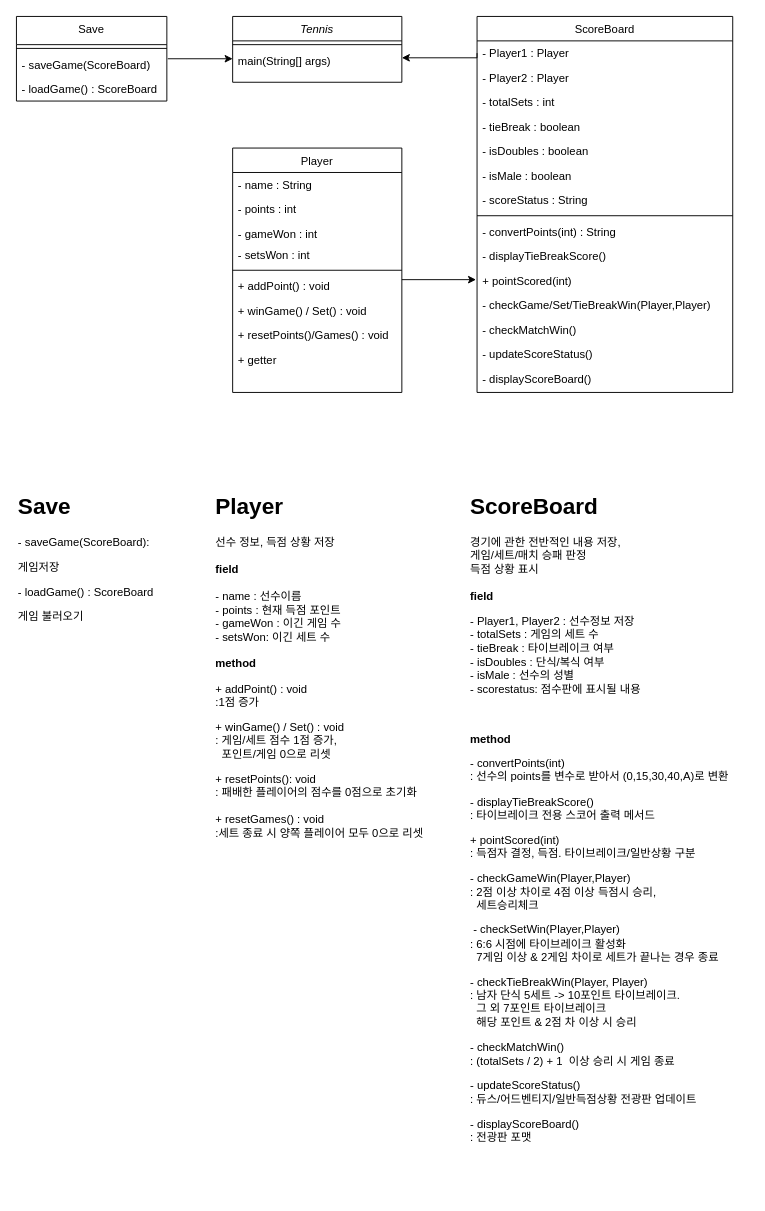
Before: tennisScorer클래스다이어그램(최종).drawio in msgggg1/TennisScorer, a draw.io diagram. Source tidied: cells renumbered, new cells numbered last; positions are measured from the earlier drawing's top-left corner, leaving out a move shared by most shapes. Both pictures are drawn from the tidied source at 94%, with x=0, y=0 at pixel (16, 16).
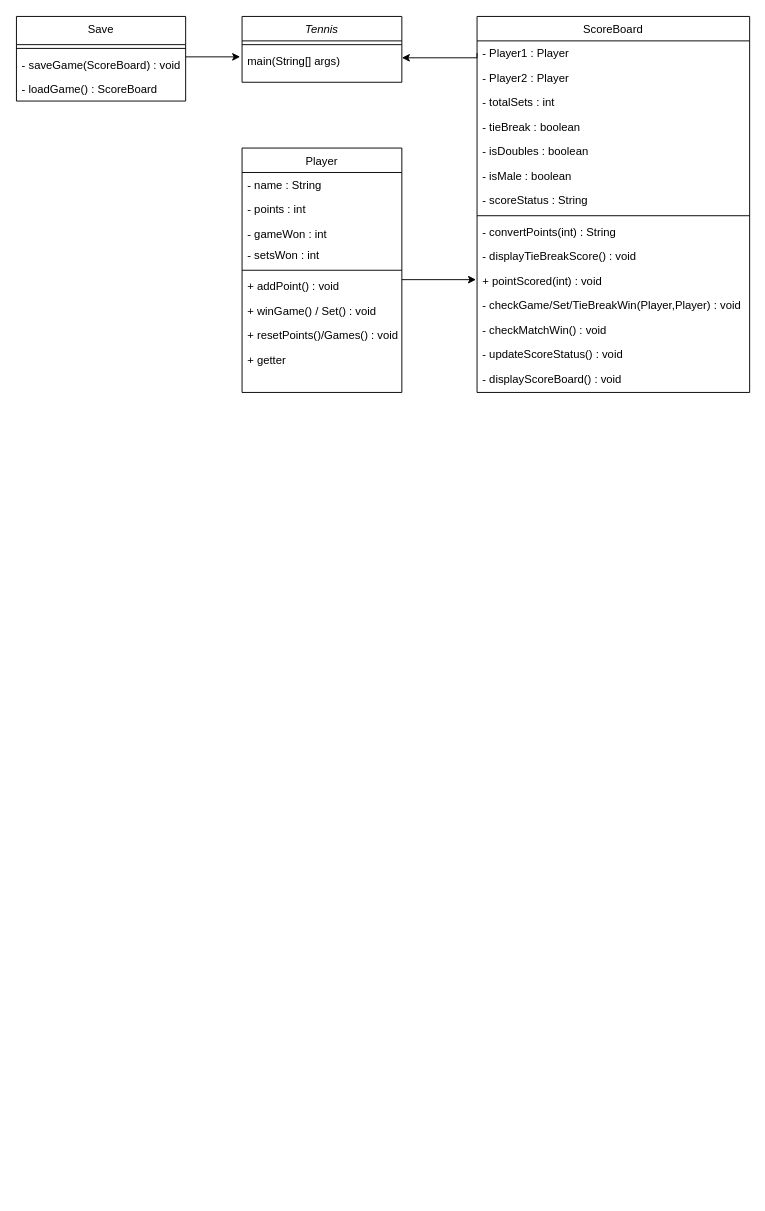
After the change.

Commit message:
tennisScorer클래스다이어그램_2.drawio 업데이트

What changed in the source:
```diff
@@
     <mxCell id="2" value="Tennis" style="swimlane;fontStyle=2;align=center;verticalAlign=top;horizontal=1;startSize=26;rounded=0;shadow=0;strokeWidth=1;" parent="1" vertex="1">
-      <mxGeometry x="230" width="180" height="70" as="geometry" />
+      <mxGeometry x="240" width="170" height="70" as="geometry" />
     </mxCell>
     <mxCell id="3" style="line;html=1;strokeWidth=1;align=left;verticalAlign=middle;spacingTop=-1;spacingLeft=3;spacingRight=3;labelPosition=right;" parent="2" vertex="1">
-      <mxGeometry y="26" width="180" height="8" as="geometry" />
+      <mxGeometry y="26" width="170" height="8" as="geometry" />
     </mxCell>
     <mxCell id="4" value="main(String[] args)" style="text;align=left;verticalAlign=top;spacingLeft=4;spacingRight=4;overflow=hidden;points=[[0,0.5],[1,0.5]];portConstraint=eastwest;" parent="2" vertex="1">
-      <mxGeometry y="34" width="180" height="20" as="geometry" />
+      <mxGeometry y="34" width="170" height="20" as="geometry" />
     </mxCell>
     <mxCell id="5" value="Player" style="swimlane;fontStyle=0;align=center;verticalAlign=top;horizontal=1;startSize=26;rounded=0;shadow=0;strokeWidth=1;" parent="1" vertex="1">
-      <mxGeometry x="230" y="140" width="180" height="260" as="geometry" />
+      <mxGeometry x="240" y="140" width="170" height="260" as="geometry" />
     </mxCell>
     <mxCell id="6" value="- name : String" style="text;align=left;verticalAlign=top;spacingLeft=4;spacingRight=4;overflow=hidden;" parent="5" vertex="1">
-      <mxGeometry y="26" width="180" height="26" as="geometry" />
+      <mxGeometry y="26" width="170" height="26" as="geometry" />
     </mxCell>
     <mxCell id="7" value="- points : int" style="text;align=left;verticalAlign=top;spacingLeft=4;spacingRight=4;overflow=hidden;rounded=0;shadow=0;html=0;" parent="5" vertex="1">
-      <mxGeometry y="52" width="180" height="26" as="geometry" />
+      <mxGeometry y="52" width="170" height="26" as="geometry" />
     </mxCell>
     <mxCell id="8" value="- gameWon : int" style="text;align=left;verticalAlign=top;spacingLeft=4;spacingRight=4;overflow=hidden;rounded=0;shadow=0;html=0;" parent="5" vertex="1">
-      <mxGeometry y="78" width="180" height="22" as="geometry" />
+      <mxGeometry y="78" width="170" height="22" as="geometry" />
     </mxCell>
     <mxCell id="9" value="- setsWon : int" style="text;align=left;verticalAlign=top;spacingLeft=4;spacingRight=4;overflow=hidden;rounded=0;shadow=0;html=0;" parent="5" vertex="1">
-      <mxGeometry y="100" width="180" height="26" as="geometry" />
+      <mxGeometry y="100" width="170" height="26" as="geometry" />
     </mxCell>
     <mxCell id="10" style="line;html=1;strokeWidth=1;align=left;verticalAlign=middle;spacingTop=-1;spacingLeft=3;spacingRight=3;labelPosition=right;" parent="5" vertex="1">
-      <mxGeometry y="126" width="180" height="8" as="geometry" />
+      <mxGeometry y="126" width="170" height="8" as="geometry" />
     </mxCell>
     <mxCell id="11" value="+ addPoint() : void&#10;" style="text;align=left;verticalAlign=top;spacingLeft=4;spacingRight=4;overflow=hidden;" parent="5" vertex="1">
-      <mxGeometry y="134" width="180" height="26" as="geometry" />
+      <mxGeometry y="134" width="170" height="26" as="geometry" />
     </mxCell>
     <mxCell id="12" value="+ winGame() / Set() : void&#10;" style="text;align=left;verticalAlign=top;spacingLeft=4;spacingRight=4;overflow=hidden;rounded=0;shadow=0;html=0;" parent="5" vertex="1">
-      <mxGeometry y="160" width="180" height="26" as="geometry" />
+      <mxGeometry y="160" width="170" height="26" as="geometry" />
     </mxCell>
     <mxCell id="13" value="+ resetPoints()/Games() : void" style="text;align=left;verticalAlign=top;spacingLeft=4;spacingRight=4;overflow=hidden;rounded=0;shadow=0;html=0;" parent="5" vertex="1">
-      <mxGeometry y="186" width="180" height="26" as="geometry" />
+      <mxGeometry y="186" width="170" height="26" as="geometry" />
     </mxCell>
     <mxCell id="14" value="+ getter" style="text;align=left;verticalAlign=top;spacingLeft=4;spacingRight=4;overflow=hidden;rounded=0;shadow=0;html=0;" parent="5" vertex="1">
-      <mxGeometry y="212" width="180" height="26" as="geometry" />
+      <mxGeometry y="212" width="170" height="26" as="geometry" />
     </mxCell>
     <mxCell id="15" value="Save" style="swimlane;fontStyle=0;align=center;verticalAlign=top;horizontal=1;startSize=30;rounded=0;shadow=0;strokeWidth=1;" parent="1" vertex="1">
-      <mxGeometry width="160" height="90" as="geometry" />
+      <mxGeometry width="180" height="90" as="geometry" />
     </mxCell>
     <mxCell id="16" style="line;html=1;strokeWidth=1;align=left;verticalAlign=middle;spacingTop=-1;spacingLeft=3;spacingRight=3;labelPosition=right;" parent="15" vertex="1">
-      <mxGeometry y="30" width="160" height="8" as="geometry" />
+      <mxGeometry y="30" width="180" height="8" as="geometry" />
     </mxCell>
-    <mxCell id="17" value="- saveGame(ScoreBoard)" style="text;align=left;verticalAlign=top;spacingLeft=4;spacingRight=4;overflow=hidden;" parent="15" vertex="1">
-      <mxGeometry y="38" width="160" height="26" as="geometry" />
+    <mxCell id="17" value="- saveGame(ScoreBoard) : void" style="text;align=left;verticalAlign=top;spacingLeft=4;spacingRight=4;overflow=hidden;" parent="15" vertex="1">
+      <mxGeometry y="38" width="180" height="26" as="geometry" />
     </mxCell>
     <mxCell id="18" value="- loadGame() : ScoreBoard" style="text;align=left;verticalAlign=top;spacingLeft=4;spacingRight=4;overflow=hidden;" parent="15" vertex="1">
-      <mxGeometry y="64" width="160" height="26" as="geometry" />
+      <mxGeometry y="64" width="180" height="26" as="geometry" />
     </mxCell>
     <mxCell id="19" value="ScoreBoard" style="swimlane;fontStyle=0;align=center;verticalAlign=top;horizontal=1;startSize=26;rounded=0;shadow=0;strokeWidth=1;" parent="1" vertex="1">
-      <mxGeometry x="490" width="272" height="400" as="geometry" />
+      <mxGeometry x="490" width="290" height="400" as="geometry" />
     </mxCell>
     <mxCell id="20" value="- Player1 : Player" style="text;align=left;verticalAlign=top;spacingLeft=4;spacingRight=4;overflow=hidden;points=[[0,0.5],[1,0.5]];portConstraint=eastwest;" parent="19" vertex="1">
-      <mxGeometry y="26" width="272" height="26" as="geometry" />
+      <mxGeometry y="26" width="290" height="26" as="geometry" />
     </mxCell>
     <mxCell id="21" value="- Player2 : Player" style="text;align=left;verticalAlign=top;spacingLeft=4;spacingRight=4;overflow=hidden;" parent="19" vertex="1">
-      <mxGeometry y="52" width="272" height="26" as="geometry" />
+      <mxGeometry y="52" width="290" height="26" as="geometry" />
     </mxCell>
     <mxCell id="22" value="- totalSets : int&#10;" style="text;align=left;verticalAlign=top;spacingLeft=4;spacingRight=4;overflow=hidden;" parent="19" vertex="1">
-      <mxGeometry y="78" width="272" height="26" as="geometry" />
+      <mxGeometry y="78" width="290" height="26" as="geometry" />
     </mxCell>
     <mxCell id="23" value="- tieBreak : boolean" style="text;align=left;verticalAlign=top;spacingLeft=4;spacingRight=4;overflow=hidden;rounded=0;shadow=0;html=0;" parent="19" vertex="1">
-      <mxGeometry y="104" width="272" height="26" as="geometry" />
+      <mxGeometry y="104" width="290" height="26" as="geometry" />
     </mxCell>
     <mxCell id="24" value="- isDoubles : boolean" style="text;align=left;verticalAlign=top;spacingLeft=4;spacingRight=4;overflow=hidden;" parent="19" vertex="1">
-      <mxGeometry y="130" width="272" height="26" as="geometry" />
+      <mxGeometry y="130" width="290" height="26" as="geometry" />
     </mxCell>
     <mxCell id="25" value="- isMale : boolean" style="text;align=left;verticalAlign=top;spacingLeft=4;spacingRight=4;overflow=hidden;" parent="19" vertex="1">
-      <mxGeometry y="156" width="272" height="26" as="geometry" />
+      <mxGeometry y="156" width="290" height="26" as="geometry" />
     </mxCell>
     <mxCell id="26" value="- scoreStatus : String" style="text;align=left;verticalAlign=top;spacingLeft=4;spacingRight=4;overflow=hidden;" parent="19" vertex="1">
-      <mxGeometry y="182" width="272" height="26" as="geometry" />
+      <mxGeometry y="182" width="290" height="26" as="geometry" />
     </mxCell>
     <mxCell id="27" style="line;html=1;strokeWidth=1;align=left;verticalAlign=middle;spacingTop=-1;spacingLeft=3;spacingRight=3;labelPosition=right;" parent="19" vertex="1">
-      <mxGeometry y="208" width="272" height="8" as="geometry" />
+      <mxGeometry y="208" width="290" height="8" as="geometry" />
     </mxCell>
     <mxCell id="28" value="- convertPoints(int) : String" style="text;align=left;verticalAlign=top;spacingLeft=4;spacingRight=4;overflow=hidden;" parent="19" vertex="1">
-      <mxGeometry y="216" width="272" height="26" as="geometry" />
+      <mxGeometry y="216" width="290" height="26" as="geometry" />
     </mxCell>
-    <mxCell id="29" value="- displayTieBreakScore()" style="text;align=left;verticalAlign=top;spacingLeft=4;spacingRight=4;overflow=hidden;" parent="19" vertex="1">
-      <mxGeometry y="242" width="272" height="26" as="geometry" />
+    <mxCell id="29" value="- displayTieBreakScore() : void" style="text;align=left;verticalAlign=top;spacingLeft=4;spacingRight=4;overflow=hidden;" parent="19" vertex="1">
+      <mxGeometry y="242" width="290" height="26" as="geometry" />
     </mxCell>
-    <mxCell id="30" value="+ pointScored(int)" style="text;align=left;verticalAlign=top;spacingLeft=4;spacingRight=4;overflow=hidden;" parent="19" vertex="1">
-      <mxGeometry y="268" width="272" height="26" as="geometry" />
+    <mxCell id="30" value="+ pointScored(int) : void" style="text;align=left;verticalAlign=top;spacingLeft=4;spacingRight=4;overflow=hidden;" parent="19" vertex="1">
+      <mxGeometry y="268" width="290" height="26" as="geometry" />
     </mxCell>
-    <mxCell id="31" value="- checkGame/Set/TieBreakWin(Player,Player)" style="text;align=left;verticalAlign=top;spacingLeft=4;spacingRight=4;overflow=hidden;" parent="19" vertex="1">
-      <mxGeometry y="294" width="272" height="26" as="geometry" />
+    <mxCell id="31" value="- checkGame/Set/TieBreakWin(Player,Player) : void" style="text;align=left;verticalAlign=top;spacingLeft=4;spacingRight=4;overflow=hidden;" parent="19" vertex="1">
+      <mxGeometry y="294" width="290" height="26" as="geometry" />
     </mxCell>
-    <mxCell id="32" value="- checkMatchWin()" style="text;align=left;verticalAlign=top;spacingLeft=4;spacingRight=4;overflow=hidden;" parent="19" vertex="1">
-      <mxGeometry y="320" width="272" height="26" as="geometry" />
+    <mxCell id="32" value="- checkMatchWin() : void" style="text;align=left;verticalAlign=top;spacingLeft=4;spacingRight=4;overflow=hidden;" parent="19" vertex="1">
+      <mxGeometry y="320" width="290" height="26" as="geometry" />
     </mxCell>
-    <mxCell id="33" value="- updateScoreStatus()" style="text;align=left;verticalAlign=top;spacingLeft=4;spacingRight=4;overflow=hidden;" parent="19" vertex="1">
-      <mxGeometry y="346" width="272" height="26" as="geometry" />
+    <mxCell id="33" value="- updateScoreStatus() : void" style="text;align=left;verticalAlign=top;spacingLeft=4;spacingRight=4;overflow=hidden;" parent="19" vertex="1">
+      <mxGeometry y="346" width="290" height="26" as="geometry" />
     </mxCell>
-    <mxCell id="34" value="- displayScoreBoard()" style="text;align=left;verticalAlign=top;spacingLeft=4;spacingRight=4;overflow=hidden;" parent="19" vertex="1">
-      <mxGeometry y="372" width="272" height="26" as="geometry" />
+    <mxCell id="34" value="- displayScoreBoard() : void" style="text;align=left;verticalAlign=top;spacingLeft=4;spacingRight=4;overflow=hidden;" parent="19" vertex="1">
+      <mxGeometry y="372" width="290" height="26" as="geometry" />
     </mxCell>
@@
-    <mxCell id="36" style="edgeStyle=orthogonalEdgeStyle;rounded=0;orthogonalLoop=1;jettySize=auto;html=1;exitX=1;exitY=0.5;exitDx=0;exitDy=0;" parent="1" edge="1">
-      <mxGeometry relative="1" as="geometry">
-        <mxPoint x="161" y="45" as="sourcePoint" />
-        <mxPoint x="230" y="45" as="targetPoint" />
-      </mxGeometry>
-    </mxCell>
@@
-    <mxCell id="38" value="&lt;h1 style=&quot;margin-top: 0px;&quot;&gt;Save&lt;/h1&gt;&lt;p&gt;&lt;span style=&quot;text-wrap-mode: nowrap;&quot;&gt;- saveGame(ScoreBoard):&lt;/span&gt;&lt;/p&gt;&lt;p&gt;&lt;span style=&quot;text-wrap-mode: nowrap;&quot;&gt;게임저장&lt;/span&gt;&lt;/p&gt;&lt;p&gt;&lt;span style=&quot;text-wrap-mode: nowrap;&quot;&gt;- loadGame() : ScoreBoard&lt;/span&gt;&lt;span style=&quot;text-wrap-mode: nowrap;&quot;&gt;&lt;/span&gt;&lt;/p&gt;&lt;p&gt;&lt;span style=&quot;text-wrap-mode: nowrap;&quot;&gt;게임 불러오기&lt;/span&gt;&lt;/p&gt;" style="text;html=1;whiteSpace=wrap;overflow=hidden;rounded=0;" parent="1" vertex="1">
-      <mxGeometry y="501" width="180" height="150" as="geometry" />
-    </mxCell>
-    <mxCell id="39" value="&lt;h1 style=&quot;margin-top: 0px;&quot;&gt;Player&lt;/h1&gt;&lt;div&gt;선수 정보, 득점 상황 저장&lt;/div&gt;&lt;div&gt;&lt;br&gt;&lt;/div&gt;&lt;div&gt;&lt;b&gt;field&lt;/b&gt;&lt;/div&gt;&lt;div&gt;&lt;b&gt;&lt;br&gt;&lt;/b&gt;&lt;/div&gt;&lt;div&gt;- name : 선수이름&lt;/div&gt;&lt;div&gt;- points : 현재 득점 포인트&amp;nbsp;&lt;/div&gt;&lt;div&gt;- gameWon : 이긴 게임 수&amp;nbsp;&lt;/div&gt;&lt;div&gt;- setsWon: 이긴 세트 수&amp;nbsp;&lt;/div&gt;&lt;div&gt;&lt;br&gt;&lt;/div&gt;&lt;div&gt;&lt;b&gt;method&lt;/b&gt;&lt;/div&gt;&lt;p&gt;+ addPoint() : void&lt;br&gt;&lt;span style=&quot;background-color: transparent; color: light-dark(rgb(0, 0, 0), rgb(255, 255, 255));&quot;&gt;:1점 증가&lt;/span&gt;&lt;/p&gt;&lt;p&gt;+ winGame() / Set() : void&lt;br&gt;&lt;span style=&quot;background-color: transparent; color: light-dark(rgb(0, 0, 0), rgb(255, 255, 255));&quot;&gt;: 게임/세트 점수 1점 증가,&amp;nbsp;&lt;br&gt;&lt;/span&gt;&lt;span style=&quot;background-color: transparent; color: light-dark(rgb(0, 0, 0), rgb(255, 255, 255));&quot;&gt;&amp;nbsp; 포인트/게임 0으로 리셋&lt;/span&gt;&lt;/p&gt;&lt;div style=&quot;padding: 0px; margin: 0px;&quot;&gt;&lt;span style=&quot;text-wrap-mode: nowrap; background-color: transparent; color: light-dark(rgb(0, 0, 0), rgb(255, 255, 255));&quot;&gt;+ resetPoints(): void&lt;/span&gt;&lt;/div&gt;&lt;div style=&quot;padding: 0px; margin: 0px;&quot;&gt;&lt;span style=&quot;text-wrap-mode: nowrap;&quot;&gt;: 패배한 플레이어의 점수를 0점으로 초기화&lt;/span&gt;&lt;/div&gt;&lt;div style=&quot;padding: 0px; margin: 0px;&quot;&gt;&lt;span style=&quot;text-wrap-mode: nowrap;&quot;&gt;&lt;br&gt;&lt;/span&gt;&lt;/div&gt;&lt;div style=&quot;padding: 0px; margin: 0px;&quot;&gt;&lt;span style=&quot;text-wrap-mode: nowrap;&quot;&gt;+ resetGames() : void&lt;/span&gt;&lt;/div&gt;&lt;div style=&quot;padding: 0px; margin: 0px;&quot;&gt;&lt;span style=&quot;text-wrap-mode: nowrap;&quot;&gt;:세트 종료 시 양쪽 플레이어 모두 0으로 리셋&lt;br&gt;&lt;br&gt;&lt;/span&gt;&lt;/div&gt;&lt;div style=&quot;padding: 0px; margin: 0px;&quot;&gt;&lt;br&gt;&lt;/div&gt;&lt;div style=&quot;padding: 0px; margin: 0px;&quot;&gt;&lt;br style=&quot;padding: 0px; margin: 0px; text-wrap-mode: nowrap;&quot;&gt;&lt;/div&gt;" style="text;html=1;whiteSpace=wrap;overflow=hidden;rounded=0;" parent="1" vertex="1">
-      <mxGeometry x="210" y="501" width="240" height="399" as="geometry" />
-    </mxCell>
-    <mxCell id="40" value="&lt;h1 style=&quot;margin-top: 0px;&quot;&gt;ScoreBoard&lt;/h1&gt;&lt;div&gt;경기에 관한 전반적인 내용 저장,&lt;/div&gt;&lt;div&gt;게임/세트/매치 승패 판정&lt;/div&gt;&lt;div&gt;득점 상황 표시&lt;/div&gt;&lt;div&gt;&lt;br&gt;&lt;/div&gt;&lt;div&gt;&lt;b&gt;field&lt;/b&gt;&lt;/div&gt;&lt;p&gt;- Player1, Player2 : 선수정보 저장&lt;br&gt;- totalSets : 게임의 세트 수&lt;br&gt;- tieBreak : 타이브레이크 여부&lt;br&gt;- isDoubles : 단식/복식 여부&lt;br&gt;- isMale : 선수의 성별&lt;br&gt;- scorestatus: 점수판에 표시될 내용&lt;/p&gt;&lt;p&gt;&lt;br&gt;&lt;/p&gt;&lt;p&gt;&lt;b&gt;method&lt;/b&gt;&lt;/p&gt;&lt;p&gt;- convertPoints(int)&lt;br&gt;&lt;span style=&quot;background-color: transparent; color: light-dark(rgb(0, 0, 0), rgb(255, 255, 255));&quot;&gt;: 선수의 points를 변수로 받아서 (0,15,30,40,A)로 변환&lt;/span&gt;&lt;/p&gt;&lt;p&gt;-&amp;nbsp;&lt;span style=&quot;text-wrap-mode: nowrap; background-color: transparent; color: light-dark(rgb(0, 0, 0), rgb(255, 255, 255));&quot;&gt;displayTieBreakScore()&lt;br&gt;&lt;/span&gt;&lt;span style=&quot;background-color: transparent; color: light-dark(rgb(0, 0, 0), rgb(255, 255, 255)); text-wrap-mode: nowrap;&quot;&gt;:&amp;nbsp;&lt;/span&gt;&lt;span style=&quot;background-color: transparent; color: light-dark(rgb(0, 0, 0), rgb(255, 255, 255)); text-wrap-mode: nowrap;&quot;&gt;타이브레이크 전용 스코어 출력 메서드&lt;/span&gt;&lt;/p&gt;&lt;p&gt;&lt;span style=&quot;text-wrap-mode: nowrap;&quot;&gt;+ pointScored(int)&amp;nbsp;&lt;br&gt;&lt;/span&gt;&lt;span style=&quot;text-wrap-mode: nowrap; background-color: transparent; color: light-dark(rgb(0, 0, 0), rgb(255, 255, 255));&quot;&gt;: 득점자 결정, 득점. 타이브레이크/일반상황 구분&lt;/span&gt;&lt;/p&gt;&lt;p&gt;&lt;span style=&quot;text-wrap-mode: nowrap;&quot;&gt;- checkGameWin(Player,Player)&lt;br&gt;&lt;/span&gt;&lt;span style=&quot;text-wrap-mode: nowrap; background-color: transparent; color: light-dark(rgb(0, 0, 0), rgb(255, 255, 255));&quot;&gt;: 2점 이상 차이로 4점 이상 득점시 승리,&amp;nbsp;&lt;br&gt;&lt;/span&gt;&lt;span style=&quot;background-color: transparent; color: light-dark(rgb(0, 0, 0), rgb(255, 255, 255)); text-wrap-mode: nowrap;&quot;&gt;&amp;nbsp; 세트승리체크&lt;/span&gt;&lt;/p&gt;&lt;p&gt;&lt;span style=&quot;text-wrap-mode: nowrap;&quot;&gt;&amp;nbsp;- checkSetWin&lt;/span&gt;&lt;span style=&quot;text-wrap-mode: nowrap; background-color: transparent; color: light-dark(rgb(0, 0, 0), rgb(255, 255, 255));&quot;&gt;(Player,Player)&lt;br&gt;:&amp;nbsp;&lt;/span&gt;&lt;span style=&quot;background-color: transparent;&quot;&gt;&lt;span style=&quot;text-wrap-mode: nowrap;&quot;&gt;6:6 시점에 타이브레이크 활성화&lt;/span&gt;&lt;br&gt;&lt;span style=&quot;text-wrap-mode: nowrap;&quot;&gt;&amp;nbsp; 7게임 이상 &amp;amp; 2게임 차이로 세트가 끝나는 경우 종료&lt;/span&gt;&lt;/span&gt;&lt;/p&gt;&lt;p&gt;&lt;span style=&quot;background-color: transparent; color: light-dark(rgb(0, 0, 0), rgb(255, 255, 255)); text-wrap-mode: nowrap;&quot;&gt;-&amp;nbsp;&lt;/span&gt;&lt;span style=&quot;background-color: transparent; text-wrap-mode: nowrap;&quot;&gt;checkTieBreakWin(Player, Player)&lt;br&gt;&lt;/span&gt;&lt;span style=&quot;background-color: transparent; color: light-dark(rgb(0, 0, 0), rgb(255, 255, 255)); text-wrap-mode: nowrap;&quot;&gt;: 남자 단식 5세트 -&amp;gt; 10포인트 타이브레이크. &lt;br&gt;&amp;nbsp; 그 외 7포인트 타이브레이크&lt;/span&gt;&lt;span style=&quot;background-color: transparent;&quot;&gt;&lt;br&gt;&lt;span style=&quot;text-wrap-mode: nowrap;&quot;&gt;&amp;nbsp; 해당 포인트 &amp;amp; 2점 차 이상 시 승리&lt;/span&gt;&lt;/span&gt;&lt;/p&gt;&lt;p&gt;&lt;span style=&quot;background-color: transparent;&quot;&gt;&lt;span style=&quot;text-wrap-mode: nowrap;&quot;&gt;-&amp;nbsp;&lt;/span&gt;&lt;/span&gt;&lt;span style=&quot;background-color: transparent; text-wrap-mode: nowrap;&quot;&gt;checkMatchWin()&lt;br&gt;:&amp;nbsp;&lt;/span&gt;&lt;span style=&quot;background-color: transparent; text-wrap-mode: nowrap;&quot;&gt;(totalSets / 2) + 1&amp;nbsp; 이상 승리 시 게임 종료&lt;/span&gt;&lt;/p&gt;&lt;p&gt;&lt;span style=&quot;text-wrap-mode: nowrap; background-color: transparent; color: light-dark(rgb(0, 0, 0), rgb(255, 255, 255));&quot;&gt;- updateScoreStatus()&lt;br&gt;: 듀스/어드벤티지/일반득점상황 전광판 업데이트&lt;br&gt;&lt;/span&gt;&lt;/p&gt;&lt;p&gt;&lt;span style=&quot;text-wrap-mode: nowrap; background-color: transparent; color: light-dark(rgb(0, 0, 0), rgb(255, 255, 255));&quot;&gt;- displayScoreBoard()&lt;br&gt;: 전광판 포맷&lt;/span&gt;&lt;/p&gt;" style="text;html=1;whiteSpace=wrap;overflow=hidden;rounded=0;" parent="1" vertex="1">
-      <mxGeometry x="481" y="501" width="290" height="749" as="geometry" />
-    </mxCell>
+    <mxCell id="41" style="edgeStyle=orthogonalEdgeStyle;rounded=0;orthogonalLoop=1;jettySize=auto;html=1;exitX=1;exitY=0.5;exitDx=0;exitDy=0;entryX=-0.012;entryY=0.85;entryDx=0;entryDy=0;entryPerimeter=0;" parent="1" edge="1">
+      <mxGeometry relative="1" as="geometry">
+        <mxPoint x="180" y="43" as="sourcePoint" />
+        <mxPoint x="238" y="43" as="targetPoint" />
+      </mxGeometry>
+    </mxCell>
```
